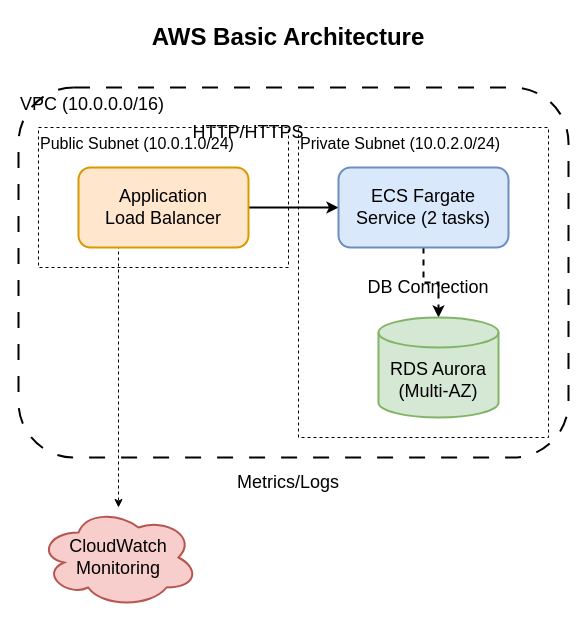
This is optional-skills/drawio/assets/templates/aws-basic.drawio.xml from jey3dayo/apm-workspace, a draw.io file, before an edit. Source tidied: cells renumbered, new cells numbered last; positions are measured from the earlier drawing's top-left corner, leaving out a move shared by most shapes. Both pictures are drawn from the tidied source at 100%, with x=0, y=0 at pixel (18, 17).
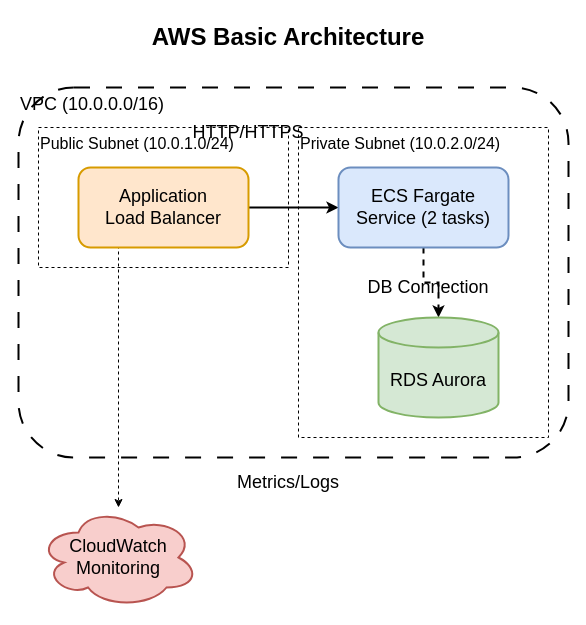
Above is the later version.

Commit message (it also covers changes not shown here):
fix(drawio): コンテナ塗りの説明と AWS テンプレートの AZ 表記を修正

The edit, as a diff of the source:
```diff
@@
 <mxGraphModel>
   <root>
     <mxCell id="0" />
     <mxCell id="1" parent="0" />
     <mxCell id="2" style="edgeStyle=orthogonalEdgeStyle;rounded=0;jettySize=auto;html=1;strokeWidth=2;" parent="1" edge="1" source="12" target="13">
       <mxGeometry relative="1" as="geometry" />
     </mxCell>
     <mxCell id="3" style="edgeStyle=orthogonalEdgeStyle;rounded=0;jettySize=auto;html=1;strokeWidth=2;dashed=1;" parent="1" edge="1" source="13" target="14">
       <mxGeometry relative="1" as="geometry" />
     </mxCell>
     <mxCell id="4" style="edgeStyle=orthogonalEdgeStyle;rounded=0;jettySize=auto;html=1;strokeWidth=1;dashed=1;" parent="1" edge="1" source="13" target="15">
       <mxGeometry relative="1" as="geometry" />
     </mxCell>
     <mxCell id="5" value="HTTP/HTTPS" style="text;html=1;strokeColor=none;fillColor=none;align=center;verticalAlign=middle;whiteSpace=wrap;rounded=0;fontSize=18;fontFamily=Helvetica;" parent="1" vertex="1">
       <mxGeometry x="165" y="100" width="130" height="30" as="geometry" />
     </mxCell>
     <mxCell id="6" value="DB Connection" style="text;html=1;strokeColor=none;fillColor=none;align=center;verticalAlign=middle;whiteSpace=wrap;rounded=0;fontSize=18;fontFamily=Helvetica;" parent="1" vertex="1">
       <mxGeometry x="330" y="255" width="160" height="30" as="geometry" />
     </mxCell>
     <mxCell id="7" value="Metrics/Logs" style="text;html=1;strokeColor=none;fillColor=none;align=center;verticalAlign=middle;whiteSpace=wrap;rounded=0;fontSize=18;fontFamily=Helvetica;" parent="1" vertex="1">
       <mxGeometry x="200" y="450" width="140" height="30" as="geometry" />
     </mxCell>
     <mxCell id="8" value="AWS Basic Architecture" style="text;html=1;strokeColor=none;fillColor=none;align=center;verticalAlign=middle;whiteSpace=wrap;rounded=0;fontSize=24;fontFamily=Helvetica;fontStyle=1;" parent="1" vertex="1">
       <mxGeometry x="120" width="300" height="40" as="geometry" />
     </mxCell>
     <mxCell id="9" value="VPC (10.0.0.0/16)" style="rounded=1;whiteSpace=wrap;html=1;fontSize=18;fontFamily=Helvetica;dashed=1;dashPattern=8 8;strokeWidth=2;fillColor=none;align=left;verticalAlign=top;" parent="1" vertex="1">
       <mxGeometry y="70" width="550" height="370" as="geometry" />
     </mxCell>
     <mxCell id="10" value="Public Subnet (10.0.1.0/24)" style="rounded=0;whiteSpace=wrap;html=1;fontSize=16;fontFamily=Helvetica;dashed=1;strokeWidth=1;fillColor=none;align=left;verticalAlign=top;" parent="1" vertex="1">
       <mxGeometry x="20" y="110" width="250" height="140" as="geometry" />
     </mxCell>
     <mxCell id="11" value="Private Subnet (10.0.2.0/24)" style="rounded=0;whiteSpace=wrap;html=1;fontSize=16;fontFamily=Helvetica;dashed=1;strokeWidth=1;fillColor=none;align=left;verticalAlign=top;" parent="1" vertex="1">
       <mxGeometry x="280" y="110" width="250" height="310" as="geometry" />
     </mxCell>
     <mxCell id="12" value="Application&#10;Load Balancer" style="rounded=1;whiteSpace=wrap;html=1;fontSize=18;fontFamily=Helvetica;fillColor=#FFE6CC;strokeColor=#D79B00;strokeWidth=2;" parent="1" vertex="1">
       <mxGeometry x="60" y="150" width="170" height="80" as="geometry" />
     </mxCell>
     <mxCell id="13" value="ECS Fargate&#10;Service (2 tasks)" style="rounded=1;whiteSpace=wrap;html=1;fontSize=18;fontFamily=Helvetica;fillColor=#DAE8FC;strokeColor=#6C8EBF;strokeWidth=2;" parent="1" vertex="1">
       <mxGeometry x="320" y="150" width="170" height="80" as="geometry" />
     </mxCell>
-    <mxCell id="14" value="RDS Aurora&#10;(Multi-AZ)" style="shape=cylinder3;whiteSpace=wrap;html=1;boundedLbl=1;backgroundOutline=1;size=15;fontSize=18;fontFamily=Helvetica;fillColor=#D5E8D4;strokeColor=#82B366;strokeWidth=2;" parent="1" vertex="1">
+    <mxCell id="14" value="RDS Aurora" style="shape=cylinder3;whiteSpace=wrap;html=1;boundedLbl=1;backgroundOutline=1;size=15;fontSize=18;fontFamily=Helvetica;fillColor=#D5E8D4;strokeColor=#82B366;strokeWidth=2;" parent="1" vertex="1">
       <mxGeometry x="360" y="300" width="120" height="100" as="geometry" />
     </mxCell>
     <mxCell id="15" value="CloudWatch&#10;Monitoring" style="ellipse;shape=cloud;whiteSpace=wrap;html=1;fontSize=18;fontFamily=Helvetica;fillColor=#F8CECC;strokeColor=#B85450;strokeWidth=2;" parent="1" vertex="1">
       <mxGeometry x="20" y="490" width="160" height="100" as="geometry" />
     </mxCell>
   </root>
 </mxGraphModel>
```
